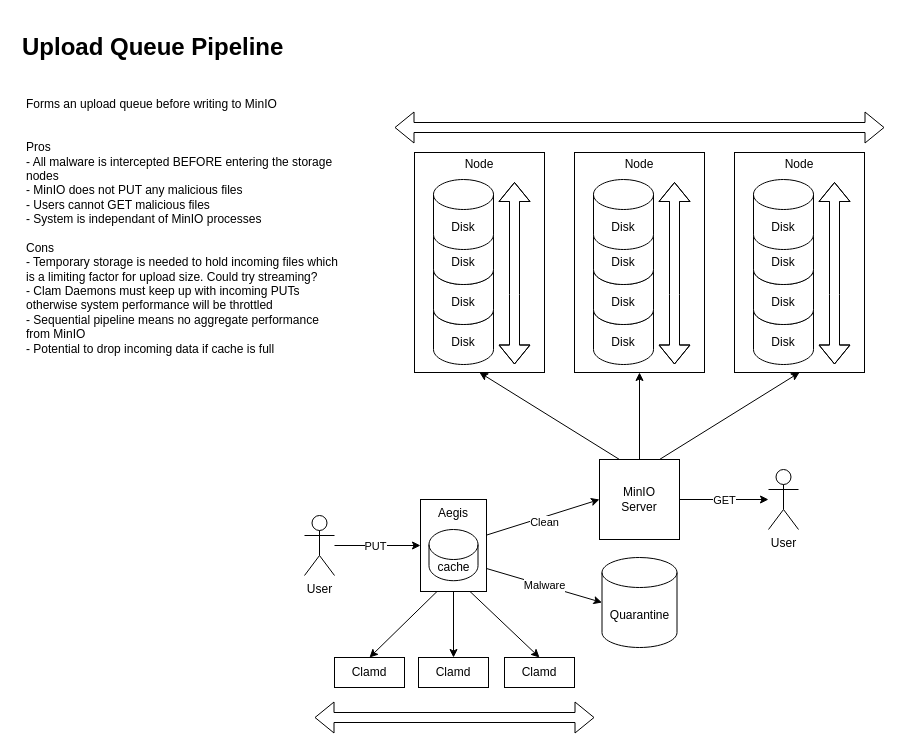
Earlier version of the draw.io diagram page "2. Upload Queue" (2 of 7) of diagrams/architecture.drawio (battagel/report-aegis). Source tidied: cells renumbered, new cells numbered last; positions are measured from the earlier drawing's top-left corner, leaving out a move shared by most shapes. Both pictures are drawn from the tidied source at 100%, with x=0, y=0 at pixel (17, 27).
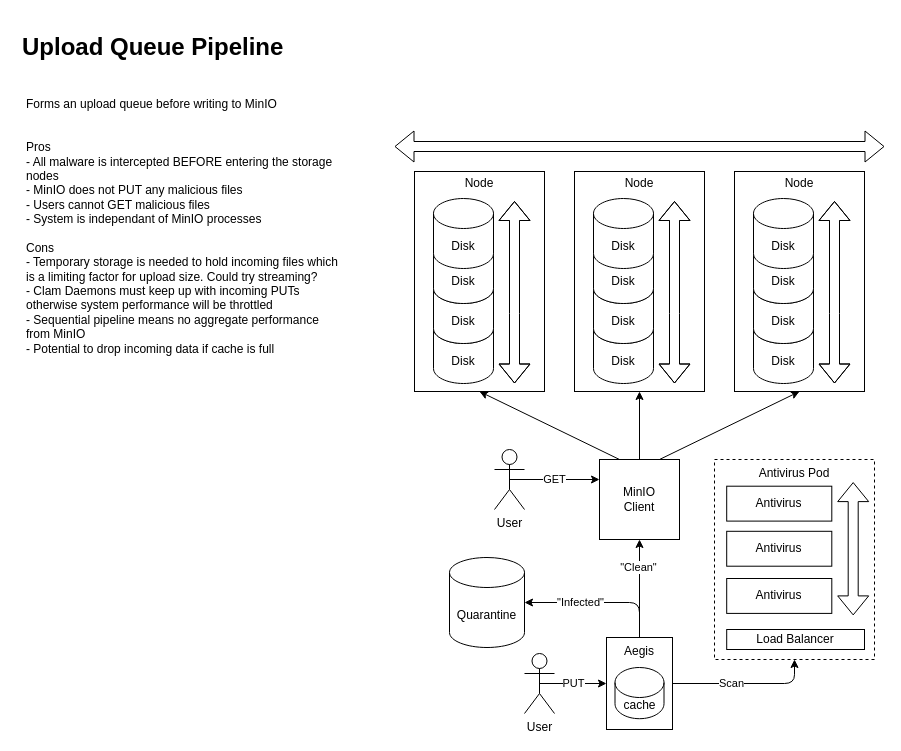
The same page after the edit.

The change refers to these unchanged cells:
```xml
<mxCell id="38" value="Aegis" style="rounded=0;whiteSpace=wrap;html=1;verticalAlign=top;" parent="37" vertex="1">
  <mxGeometry width="66" height="92" as="geometry" />
</mxCell>
```

Diff of the diagram source:
```diff
@@
-    <mxCell id="5" style="edgeStyle=none;html=1;exitX=1;exitY=0.5;exitDx=0;exitDy=0;" parent="1" edge="1" source="7" target="52">
-      <mxGeometry relative="1" as="geometry" />
-    </mxCell>
-    <mxCell id="6" value="GET" style="edgeLabel;html=1;align=center;verticalAlign=middle;" parent="5" vertex="1">
-      <mxGeometry x="-0.01" relative="1" as="geometry" />
-    </mxCell>
-    <mxCell id="7" value="MinIO&lt;br&gt;Server" style="whiteSpace=wrap;html=1;" parent="1" vertex="1">
+    <mxCell id="7" value="MinIO&lt;br&gt;Client" style="whiteSpace=wrap;html=1;" parent="1" vertex="1">
       <mxGeometry x="582" y="432" width="80" height="80" as="geometry" />
     </mxCell>
     <mxCell id="8" style="group;" parent="1" vertex="1">
-      <mxGeometry x="397" y="122" width="130" height="223" as="geometry" />
+      <mxGeometry x="397" y="141" width="130" height="223" as="geometry" />
     </mxCell>
@@
     <mxCell id="16" style="group;" parent="1" vertex="1">
-      <mxGeometry x="557" y="122" width="130" height="223" as="geometry" />
+      <mxGeometry x="557" y="141" width="130" height="223" as="geometry" />
     </mxCell>
@@
     <mxCell id="24" style="group;" parent="1" vertex="1">
-      <mxGeometry x="717" y="122" width="130" height="223" as="geometry" />
+      <mxGeometry x="717" y="141" width="130" height="223" as="geometry" />
     </mxCell>
@@
     <mxCell id="32" style="shape=flexArrow;endArrow=classic;startArrow=classic;html=1;" parent="1" edge="1">
       <mxGeometry relative="1" as="geometry">
-        <mxPoint x="377" y="100" as="sourcePoint" />
-        <mxPoint x="867" y="100" as="targetPoint" />
+        <mxPoint x="377" y="119" as="sourcePoint" />
+        <mxPoint x="867" y="119" as="targetPoint" />
       </mxGeometry>
     </mxCell>
@@
-    <mxCell id="34" style="edgeStyle=none;html=1;entryX=0;entryY=0.5;entryDx=0;entryDy=0;" parent="1" edge="1" source="38" target="7">
+    <mxCell id="34" style="edgeStyle=none;html=1;entryX=0.5;entryY=1;entryDx=0;entryDy=0;" parent="1" edge="1" source="38" target="7">
       <mxGeometry relative="1" as="geometry" />
     </mxCell>
-    <mxCell id="35" value="Clean" style="edgeLabel;html=1;align=center;verticalAlign=middle;" parent="34" vertex="1">
+    <mxCell id="35" value="&quot;Clean&quot;" style="edgeLabel;html=1;align=center;verticalAlign=middle;" parent="34" vertex="1">
       <mxGeometry x="0.32" y="-1" relative="1" as="geometry">
-        <mxPoint x="-17" y="9" as="offset" />
+        <mxPoint x="-3" y="-6" as="offset" />
       </mxGeometry>
     </mxCell>
     <mxCell id="36" value="Quarantine" style="shape=cylinder3;whiteSpace=wrap;html=1;boundedLbl=1;backgroundOutline=1;size=15;" parent="1" vertex="1">
-      <mxGeometry x="584.5" y="530" width="75" height="90" as="geometry" />
+      <mxGeometry x="432" y="530" width="75" height="90" as="geometry" />
     </mxCell>
     <mxCell id="37" style="group;" parent="1" vertex="1">
-      <mxGeometry x="403" y="472" width="66" height="92" as="geometry" />
+      <mxGeometry x="589" y="610" width="66" height="92" as="geometry" />
     </mxCell>
@@
-    <mxCell id="40" style="edgeStyle=none;html=1;entryX=0;entryY=0.5;entryDx=0;entryDy=0;" parent="1" edge="1" source="42" target="38">
-      <mxGeometry relative="1" as="geometry" />
-    </mxCell>
+    <mxCell id="6" value="GET" style="edgeStyle=none;html=1;exitX=0.5;exitY=0.5;exitDx=0;exitDy=0;exitPerimeter=0;entryX=0;entryY=0.25;entryDx=0;entryDy=0;" parent="1" edge="1" source="42" target="7">
+      <mxGeometry relative="1" as="geometry" />
+    </mxCell>
+    <mxCell id="42" value="User" style="shape=umlActor;verticalLabelPosition=bottom;verticalAlign=top;html=1;outlineConnect=0;" parent="1" vertex="1">
+      <mxGeometry x="477" y="422" width="30" height="60" as="geometry" />
+    </mxCell>
+    <mxCell id="51" value="Forms an upload queue before writing to MinIO&lt;br&gt;&lt;br&gt;&lt;br&gt;Pros&lt;br&gt;- All malware is intercepted BEFORE entering the storage nodes&lt;br&gt;- MinIO does not PUT any malicious files&lt;br&gt;- Users cannot GET malicious files&lt;br&gt;- System is independant of MinIO processes&lt;br&gt;&lt;br&gt;Cons&lt;br&gt;- Temporary storage is needed to hold incoming files which is a limiting factor for upload size. Could try streaming?&lt;br&gt;- Clam Daemons must keep up with incoming PUTs otherwise system performance will be throttled&lt;br&gt;- Sequential pipeline means no aggregate performance from MinIO&lt;br&gt;- Potential to drop incoming data if cache is full" style="text;html=1;strokeColor=none;fillColor=none;align=left;verticalAlign=top;whiteSpace=wrap;rounded=0;" parent="1" vertex="1">
+      <mxGeometry x="7" y="63" width="320" height="369" as="geometry" />
+    </mxCell>
-    <mxCell id="41" value="PUT" style="edgeLabel;html=1;align=center;verticalAlign=middle;" parent="40" vertex="1">
-      <mxGeometry x="-0.18" y="1" relative="1" as="geometry">
-        <mxPoint x="5" y="1" as="offset" />
-      </mxGeometry>
+    <mxCell id="41" value="PUT" style="edgeStyle=none;html=1;exitX=0.5;exitY=0.5;exitDx=0;exitDy=0;exitPerimeter=0;entryX=0;entryY=0.5;entryDx=0;entryDy=0;" parent="1" edge="1" source="52" target="38">
+      <mxGeometry relative="1" as="geometry" />
     </mxCell>
-    <mxCell id="42" value="User" style="shape=umlActor;verticalLabelPosition=bottom;verticalAlign=top;html=1;outlineConnect=0;" parent="1" vertex="1">
-      <mxGeometry x="287" y="488" width="30" height="60" as="geometry" />
-    </mxCell>
-    <mxCell id="43" value="Clamd" style="rounded=0;whiteSpace=wrap;html=1;" parent="1" vertex="1">
-      <mxGeometry x="401" y="630" width="70" height="30" as="geometry" />
-    </mxCell>
+    <mxCell id="52" value="User" style="shape=umlActor;verticalLabelPosition=bottom;verticalAlign=top;html=1;outlineConnect=0;" parent="1" vertex="1">
+      <mxGeometry x="507" y="626" width="30" height="60" as="geometry" />
+    </mxCell>
+    <mxCell id="53" style="group;" parent="1" vertex="1">
+      <mxGeometry x="697" y="432" width="160" height="200" as="geometry" />
+    </mxCell>
+    <mxCell id="54" value="Antivirus Pod" style="rounded=0;whiteSpace=wrap;html=1;dashed=1;verticalAlign=top;" parent="53" vertex="1">
+      <mxGeometry width="160" height="200" as="geometry" />
+    </mxCell>
+    <mxCell id="55" style="shape=flexArrow;endArrow=classic;startArrow=classic;html=1;" parent="53" edge="1">
+      <mxGeometry relative="1" as="geometry">
+        <mxPoint x="138.7" y="155.9" as="sourcePoint" />
+        <mxPoint x="138.7" y="22.6" as="targetPoint" />
+      </mxGeometry>
+    </mxCell>
+    <mxCell id="56" value="Antivirus" style="rounded=0;whiteSpace=wrap;html=1;" parent="53" vertex="1">
+      <mxGeometry x="12.2" y="26.7" width="105.1" height="34.9" as="geometry" />
+    </mxCell>
+    <mxCell id="57" value="Antivirus" style="rounded=0;whiteSpace=wrap;html=1;" parent="53" vertex="1">
+      <mxGeometry x="12.2" y="119" width="105.1" height="34.9" as="geometry" />
+    </mxCell>
+    <mxCell id="58" value="Antivirus" style="rounded=0;whiteSpace=wrap;html=1;" parent="53" vertex="1">
+      <mxGeometry x="12.2" y="71.8" width="105.1" height="34.9" as="geometry" />
+    </mxCell>
+    <mxCell id="59" value="Load Balancer" style="whiteSpace=wrap;html=1;" parent="53" vertex="1">
+      <mxGeometry x="12.2" y="170" width="137.8" height="20" as="geometry" />
+    </mxCell>
+    <mxCell id="60" style="edgeStyle=orthogonalEdgeStyle;html=1;exitX=1;exitY=0.5;exitDx=0;exitDy=0;entryX=0.5;entryY=1;entryDx=0;entryDy=0;" parent="1" edge="1" source="38" target="54">
+      <mxGeometry relative="1" as="geometry" />
+    </mxCell>
+    <mxCell id="61" value="Scan" style="edgeLabel;html=1;align=center;verticalAlign=middle;" parent="60" vertex="1">
+      <mxGeometry x="-0.21" y="1" relative="1" as="geometry" />
+    </mxCell>
-    <mxCell id="44" value="Malware" style="edgeStyle=none;html=1;exitX=1;exitY=0.75;exitDx=0;exitDy=0;entryX=0;entryY=0.5;entryDx=0;entryDy=0;entryPerimeter=0;" parent="1" edge="1" source="38" target="36">
-      <mxGeometry relative="1" as="geometry" />
+    <mxCell id="44" value="&quot;Infected&quot;" style="edgeStyle=orthogonalEdgeStyle;html=1;exitX=0.5;exitY=0;exitDx=0;exitDy=0;entryX=1;entryY=0.5;entryDx=0;entryDy=0;entryPerimeter=0;" parent="1" edge="1" source="38" target="36">
+      <mxGeometry x="0.25" relative="1" as="geometry" />
     </mxCell>
-    <mxCell id="45" value="Clamd" style="rounded=0;whiteSpace=wrap;html=1;" parent="1" vertex="1">
-      <mxGeometry x="487" y="630" width="70" height="30" as="geometry" />
-    </mxCell>
-    <mxCell id="46" value="Clamd" style="rounded=0;whiteSpace=wrap;html=1;" parent="1" vertex="1">
-      <mxGeometry x="317" y="630" width="70" height="30" as="geometry" />
-    </mxCell>
-    <mxCell id="47" style="edgeStyle=none;html=1;exitX=0.25;exitY=1;exitDx=0;exitDy=0;entryX=0.5;entryY=0;entryDx=0;entryDy=0;" parent="1" edge="1" source="38" target="46">
-      <mxGeometry relative="1" as="geometry" />
-    </mxCell>
-    <mxCell id="48" style="edgeStyle=none;html=1;exitX=0.5;exitY=1;exitDx=0;exitDy=0;entryX=0.5;entryY=0;entryDx=0;entryDy=0;" parent="1" edge="1" source="38" target="43">
-      <mxGeometry relative="1" as="geometry" />
-    </mxCell>
-    <mxCell id="49" style="edgeStyle=none;html=1;exitX=0.75;exitY=1;exitDx=0;exitDy=0;entryX=0.5;entryY=0;entryDx=0;entryDy=0;" parent="1" edge="1" source="38" target="45">
-      <mxGeometry relative="1" as="geometry" />
-    </mxCell>
-    <mxCell id="50" style="shape=flexArrow;endArrow=classic;startArrow=classic;html=1;" parent="1" edge="1">
-      <mxGeometry relative="1" as="geometry">
-        <mxPoint x="297" y="690" as="sourcePoint" />
-        <mxPoint x="577" y="690" as="targetPoint" />
-      </mxGeometry>
-    </mxCell>
-    <mxCell id="51" value="Forms an upload queue before writing to MinIO&lt;br&gt;&lt;br&gt;&lt;br&gt;Pros&lt;br&gt;- All malware is intercepted BEFORE entering the storage nodes&lt;br&gt;- MinIO does not PUT any malicious files&lt;br&gt;- Users cannot GET malicious files&lt;br&gt;- System is independant of MinIO processes&lt;br&gt;&lt;br&gt;Cons&lt;br&gt;- Temporary storage is needed to hold incoming files which is a limiting factor for upload size. Could try streaming?&lt;br&gt;- Clam Daemons must keep up with incoming PUTs otherwise system performance will be throttled&lt;br&gt;- Sequential pipeline means no aggregate performance from MinIO&lt;br&gt;- Potential to drop incoming data if cache is full" style="text;html=1;strokeColor=none;fillColor=none;align=left;verticalAlign=top;whiteSpace=wrap;rounded=0;" parent="1" vertex="1">
-      <mxGeometry x="7" y="63" width="320" height="369" as="geometry" />
-    </mxCell>
-    <mxCell id="52" value="User" style="shape=umlActor;verticalLabelPosition=bottom;verticalAlign=top;html=1;outlineConnect=0;" parent="1" vertex="1">
-      <mxGeometry x="751" y="442" width="30" height="60" as="geometry" />
-    </mxCell>
```
